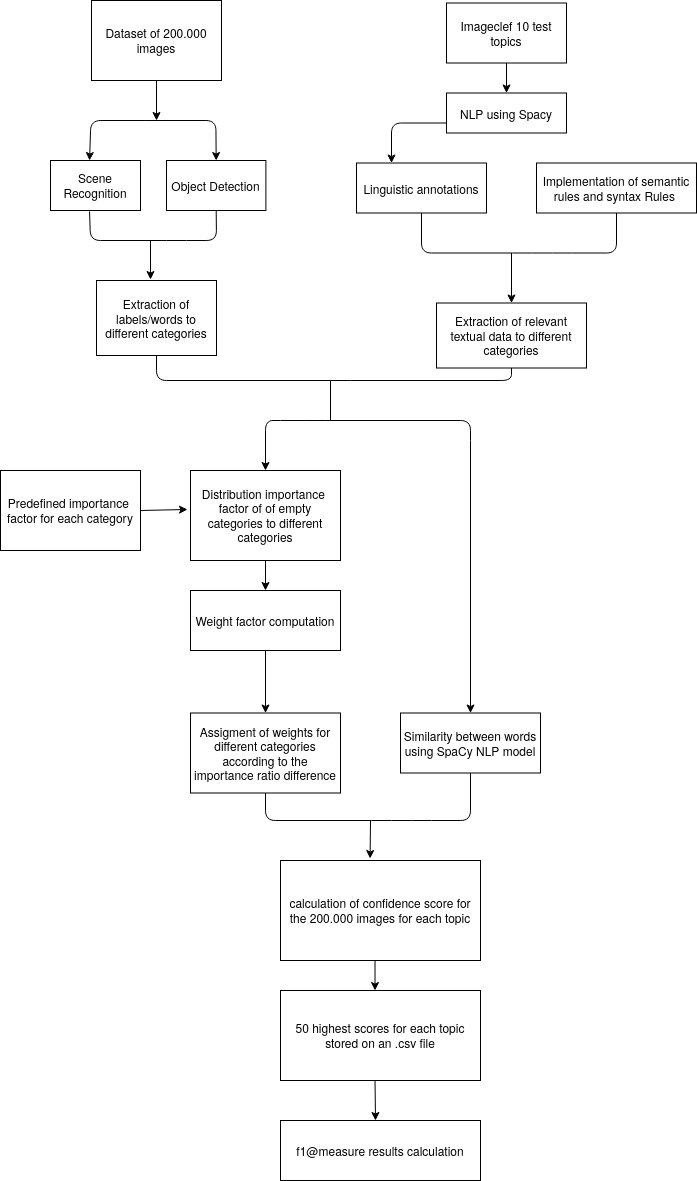
The draw.io diagram thesis_latex/Sections/6textprocessing/images/diagram.png in MrJules/thesis, before a commit. Source tidied: cells renumbered, new cells last; positions are measured from the earlier drawing's top-left corner, leaving out a move shared by most shapes.
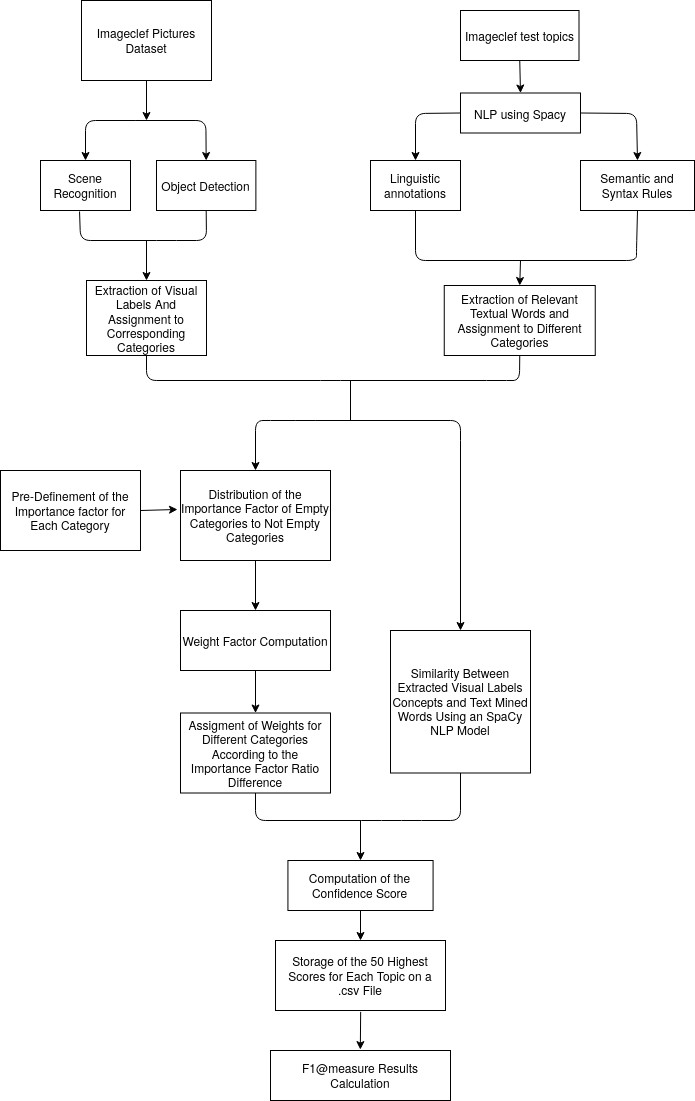
The same diagram one commit later.

The edit, as a diff of the source:
```diff
@@ -2,7 +2,7 @@
   <root>
     <mxCell id="0" />
     <mxCell id="1" parent="0" />
-    <mxCell id="2" value="Dataset of 200.000 images" style="rounded=0;whiteSpace=wrap;html=1;" parent="1" vertex="1">
+    <mxCell id="2" value="Imageclef Pictures Dataset " style="rounded=0;whiteSpace=wrap;html=1;" parent="1" vertex="1">
       <mxGeometry x="91" width="130" height="80" as="geometry" />
     </mxCell>
     <mxCell id="3" value="Scene Recognition" style="rounded=0;whiteSpace=wrap;html=1;" parent="1" vertex="1">
@@ -11,44 +11,44 @@
     <mxCell id="4" value="Object Detection" style="whiteSpace=wrap;html=1;" parent="1" vertex="1">
       <mxGeometry x="166" y="160" width="99.4" height="50" as="geometry" />
     </mxCell>
-    <mxCell id="5" value="Extraction of labels/words to different categories" style="whiteSpace=wrap;html=1;" parent="1" vertex="1">
+    <mxCell id="5" value="Extraction of Visual Labels And Assignment to Corresponding Categories " style="whiteSpace=wrap;html=1;" parent="1" vertex="1">
       <mxGeometry x="96" y="280" width="120" height="75" as="geometry" />
     </mxCell>
-    <mxCell id="6" value="&lt;div&gt;&lt;br&gt;&lt;/div&gt;&lt;div&gt;Imageclef 10 test topics&lt;/div&gt;&lt;div&gt;&lt;br&gt;&lt;/div&gt;" style="whiteSpace=wrap;html=1;" parent="1" vertex="1">
-      <mxGeometry x="446" y="2.5" width="120" height="60" as="geometry" />
+    <mxCell id="6" value="&lt;div&gt;&lt;br&gt;&lt;/div&gt;&lt;div&gt;Imageclef test topics&lt;/div&gt;&lt;div&gt;&lt;br&gt;&lt;/div&gt;" style="whiteSpace=wrap;html=1;" parent="1" vertex="1">
+      <mxGeometry x="470" y="10" width="118.5" height="50" as="geometry" />
     </mxCell>
     <mxCell id="7" value="NLP using Spacy" style="rounded=0;whiteSpace=wrap;html=1;" parent="1" vertex="1">
-      <mxGeometry x="446" y="92.5" width="120" height="40" as="geometry" />
+      <mxGeometry x="470" y="92.5" width="120" height="40" as="geometry" />
     </mxCell>
     <mxCell id="8" value="Linguistic annotations " style="whiteSpace=wrap;html=1;" parent="1" vertex="1">
-      <mxGeometry x="356" y="162.5" width="130" height="50" as="geometry" />
+      <mxGeometry x="380" y="160" width="90" height="50" as="geometry" />
     </mxCell>
-    <mxCell id="9" value="Implementation of semantic rules and syntax Rules&amp;nbsp; " style="whiteSpace=wrap;html=1;" parent="1" vertex="1">
-      <mxGeometry x="536" y="162.5" width="160" height="50" as="geometry" />
+    <mxCell id="9" value="Semantic and Syntax Rules" style="whiteSpace=wrap;html=1;" parent="1" vertex="1">
+      <mxGeometry x="590" y="160" width="114" height="50" as="geometry" />
     </mxCell>
-    <mxCell id="10" value="Similarity between words using SpaCy NLP model" style="whiteSpace=wrap;html=1;" parent="1" vertex="1">
-      <mxGeometry x="400" y="712.5" width="140" height="60" as="geometry" />
+    <mxCell id="10" value="Similarity Between Extracted Visual Labels Concepts and Text Mined Words Using an SpaCy NLP Model" style="whiteSpace=wrap;html=1;" parent="1" vertex="1">
+      <mxGeometry x="400" y="630" width="140" height="142.5" as="geometry" />
     </mxCell>
-    <mxCell id="11" value="Extraction of relevant textual data to different categories" style="whiteSpace=wrap;html=1;" parent="1" vertex="1">
-      <mxGeometry x="436" y="302.5" width="150" height="65" as="geometry" />
+    <mxCell id="11" value="Extraction of Relevant Textual Words and Assignment to Different Categories" style="whiteSpace=wrap;html=1;" parent="1" vertex="1">
+      <mxGeometry x="453.8" y="285" width="151" height="70" as="geometry" />
     </mxCell>
-    <mxCell id="12" value="Assigment of weights for different categories according to the importance ratio difference" style="whiteSpace=wrap;html=1;" parent="1" vertex="1">
+    <mxCell id="12" value="Assigment of Weights for Different Categories According to the Importance Factor Ratio Difference" style="whiteSpace=wrap;html=1;" parent="1" vertex="1">
       <mxGeometry x="190" y="712.5" width="150" height="80" as="geometry" />
     </mxCell>
-    <mxCell id="13" value="&lt;div&gt;calculation of confidence score for the 200.000 images for each topic&lt;br&gt;&lt;/div&gt;" style="whiteSpace=wrap;html=1;" parent="1" vertex="1">
-      <mxGeometry x="280" y="860" width="200" height="100" as="geometry" />
+    <mxCell id="13" value="&lt;div&gt;Computation of the Confidence Score &lt;br&gt;&lt;/div&gt;" style="whiteSpace=wrap;html=1;" parent="1" vertex="1">
+      <mxGeometry x="297.4" y="860" width="145.2" height="50" as="geometry" />
     </mxCell>
-    <mxCell id="14" value="Predefined importance&amp;nbsp; factor for each category " style="whiteSpace=wrap;html=1;" parent="1" vertex="1">
-      <mxGeometry y="470" width="140" height="80" as="geometry" />
+    <mxCell id="14" value="Pre-Definement of the Importance factor for Each Category " style="whiteSpace=wrap;html=1;" parent="1" vertex="1">
+      <mxGeometry x="10" y="470" width="140" height="80" as="geometry" />
     </mxCell>
-    <mxCell id="15" value="Weight factor computation" style="whiteSpace=wrap;html=1;" parent="1" vertex="1">
-      <mxGeometry x="190" y="590" width="150" height="60" as="geometry" />
+    <mxCell id="15" value="Weight Factor Computation" style="whiteSpace=wrap;html=1;" parent="1" vertex="1">
+      <mxGeometry x="190" y="610" width="150" height="60" as="geometry" />
     </mxCell>
-    <mxCell id="16" value="Distribution importance&amp;nbsp; factor of of empty categories to different categories" style="whiteSpace=wrap;html=1;" parent="1" vertex="1">
+    <mxCell id="16" value="Distribution of the Importance Factor of Empty Categories to Not Empty Categories" style="whiteSpace=wrap;html=1;" parent="1" vertex="1">
       <mxGeometry x="190" y="470" width="150" height="90" as="geometry" />
     </mxCell>
-    <mxCell id="17" value="50 highest scores for each topic stored on an .csv file" style="whiteSpace=wrap;html=1;" parent="1" vertex="1">
-      <mxGeometry x="280" y="990" width="200" height="90" as="geometry" />
+    <mxCell id="17" value="Storage of the 50 Highest Scores for Each Topic on a .csv File" style="whiteSpace=wrap;html=1;" parent="1" vertex="1">
+      <mxGeometry x="285" y="940" width="170" height="70" as="geometry" />
     </mxCell>
     <mxCell id="18" style="endArrow=classic;html=1;entryX=0.5;entryY=0;entryDx=0;entryDy=0;" parent="1" edge="1" target="4">
       <mxGeometry relative="1" as="geometry">
@@ -58,11 +58,11 @@
         </Array>
       </mxGeometry>
     </mxCell>
-    <mxCell id="19" style="endArrow=classic;html=1;entryX=0.434;entryY=0;entryDx=0;entryDy=0;entryPerimeter=0;" parent="1" edge="1" target="3">
+    <mxCell id="19" style="endArrow=classic;html=1;entryX=0.5;entryY=0;entryDx=0;entryDy=0;" parent="1" edge="1" target="3">
       <mxGeometry relative="1" as="geometry">
         <mxPoint x="145.4" y="120" as="sourcePoint" />
         <Array as="points">
-          <mxPoint x="90.4" y="120" />
+          <mxPoint x="95" y="120" />
         </Array>
       </mxGeometry>
     </mxCell>
@@ -80,36 +80,26 @@
         </Array>
       </mxGeometry>
     </mxCell>
-    <mxCell id="22" style="endArrow=classic;html=1;entryX=0.45;entryY=-0.013;entryDx=0;entryDy=0;entryPerimeter=0;" parent="1" edge="1" target="5">
+    <mxCell id="22" style="endArrow=classic;html=1;entryX=0.5;entryY=0;entryDx=0;entryDy=0;" parent="1" edge="1" target="5">
       <mxGeometry relative="1" as="geometry">
-        <mxPoint x="150" y="240" as="sourcePoint" />
+        <mxPoint x="156" y="240" as="sourcePoint" />
       </mxGeometry>
     </mxCell>
     <mxCell id="23" style="endArrow=classic;html=1;exitX=0.5;exitY=1;exitDx=0;exitDy=0;entryX=0.5;entryY=0;entryDx=0;entryDy=0;" parent="1" edge="1" source="6" target="7">
       <mxGeometry relative="1" as="geometry" />
     </mxCell>
-    <mxCell id="24" style="endArrow=classic;html=1;entryX=0.5;entryY=0;entryDx=0;entryDy=0;" parent="1" edge="1">
-      <mxGeometry relative="1" as="geometry">
-        <mxPoint x="446" y="122.5" as="sourcePoint" />
-        <mxPoint x="391" y="162.5" as="targetPoint" />
-        <Array as="points">
-          <mxPoint x="391" y="122.5" />
-        </Array>
-      </mxGeometry>
-    </mxCell>
-    <mxCell id="25" style="endArrow=none;html=1;exitX=0.5;exitY=1;exitDx=0;exitDy=0;entryX=0.5;entryY=1;entryDx=0;entryDy=0;" parent="1" edge="1" source="8" target="9">
+    <mxCell id="25" style="endArrow=none;html=1;entryX=0.5;entryY=1;entryDx=0;entryDy=0;exitX=0.5;exitY=1;exitDx=0;exitDy=0;" parent="1" edge="1" source="8" target="9">
       <mxGeometry relative="1" as="geometry">
         <Array as="points">
-          <mxPoint x="421" y="252.5" />
-          <mxPoint x="522" y="252.5" />
-          <mxPoint x="562" y="252.5" />
-          <mxPoint x="616" y="252.5" />
+          <mxPoint x="425" y="260" />
+          <mxPoint x="646" y="260" />
+          <mxPoint x="646" y="250" />
         </Array>
       </mxGeometry>
     </mxCell>
     <mxCell id="26" style="endArrow=classic;html=1;entryX=0.5;entryY=0;entryDx=0;entryDy=0;" parent="1" edge="1" target="11">
       <mxGeometry relative="1" as="geometry">
-        <mxPoint x="511" y="252.5" as="sourcePoint" />
+        <mxPoint x="530" y="260" as="sourcePoint" />
       </mxGeometry>
     </mxCell>
     <mxCell id="27" style="endArrow=none;html=1;exitX=0.5;exitY=1;exitDx=0;exitDy=0;entryX=0.5;entryY=1;entryDx=0;entryDy=0;" parent="1" edge="1" source="5" target="11">
@@ -117,20 +107,21 @@
         <Array as="points">
           <mxPoint x="156" y="380" />
           <mxPoint x="340" y="380" />
-          <mxPoint x="511" y="380" />
+          <mxPoint x="506" y="380" />
+          <mxPoint x="529" y="380" />
         </Array>
       </mxGeometry>
     </mxCell>
     <mxCell id="28" style="endArrow=classic;html=1;entryX=-0.02;entryY=0.433;entryDx=0;entryDy=0;entryPerimeter=0;exitX=1;exitY=0.5;exitDx=0;exitDy=0;" parent="1" edge="1" source="14" target="16">
       <mxGeometry relative="1" as="geometry" />
     </mxCell>
-    <mxCell id="29" value="f1@measure results calculation" style="whiteSpace=wrap;html=1;" parent="1" vertex="1">
-      <mxGeometry x="280" y="1120" width="200" height="60" as="geometry" />
+    <mxCell id="29" value="F1@measure Results Calculation" style="whiteSpace=wrap;html=1;" parent="1" vertex="1">
+      <mxGeometry x="280" y="1050" width="180" height="50" as="geometry" />
     </mxCell>
     <mxCell id="30" style="endArrow=none;html=1;" parent="1" edge="1">
       <mxGeometry relative="1" as="geometry">
-        <mxPoint x="330" y="420" as="sourcePoint" />
-        <mxPoint x="330" y="380" as="targetPoint" />
+        <mxPoint x="360" y="420" as="sourcePoint" />
+        <mxPoint x="360" y="380" as="targetPoint" />
       </mxGeometry>
     </mxCell>
     <mxCell id="31" style="endArrow=none;html=1;" parent="1" edge="1">
@@ -158,22 +149,16 @@
         </Array>
       </mxGeometry>
     </mxCell>
-    <mxCell id="34" style="endArrow=classic;html=1;entryX=0.448;entryY=-0.02;entryDx=0;entryDy=0;entryPerimeter=0;" parent="1" edge="1" target="13">
+    <mxCell id="34" style="endArrow=classic;html=1;entryX=0.5;entryY=0;entryDx=0;entryDy=0;" parent="1" edge="1" target="13">
       <mxGeometry relative="1" as="geometry">
         <mxPoint x="370" y="820" as="sourcePoint" />
       </mxGeometry>
     </mxCell>
-    <mxCell id="35" style="endArrow=classic;html=1;" parent="1" edge="1">
-      <mxGeometry relative="1" as="geometry">
-        <mxPoint x="374.5" y="960" as="sourcePoint" />
-        <mxPoint x="374.5" y="990" as="targetPoint" />
-      </mxGeometry>
+    <mxCell id="35" style="endArrow=classic;html=1;exitX=0.5;exitY=1;exitDx=0;exitDy=0;entryX=0.5;entryY=0;entryDx=0;entryDy=0;" parent="1" edge="1" source="13" target="17">
+      <mxGeometry relative="1" as="geometry" />
     </mxCell>
-    <mxCell id="36" style="endArrow=classic;html=1;" parent="1" edge="1">
-      <mxGeometry relative="1" as="geometry">
-        <mxPoint x="374.5" y="1080" as="sourcePoint" />
-        <mxPoint x="375" y="1120" as="targetPoint" />
-      </mxGeometry>
+    <mxCell id="36" style="endArrow=classic;html=1;exitX=0.501;exitY=1.019;exitDx=0;exitDy=0;exitPerimeter=0;entryX=0.499;entryY=-0.018;entryDx=0;entryDy=0;entryPerimeter=0;" parent="1" edge="1" source="17" target="29">
+      <mxGeometry relative="1" as="geometry" />
     </mxCell>
     <mxCell id="37" style="endArrow=classic;html=1;entryX=0.5;entryY=0;entryDx=0;entryDy=0;" parent="1" edge="1" target="16">
       <mxGeometry relative="1" as="geometry">
@@ -189,5 +174,19 @@
     <mxCell id="39" style="endArrow=classic;html=1;exitX=0.5;exitY=1;exitDx=0;exitDy=0;entryX=0.5;entryY=0;entryDx=0;entryDy=0;" parent="1" edge="1" source="15" target="12">
       <mxGeometry relative="1" as="geometry" />
     </mxCell>
+    <mxCell id="40" style="endArrow=classic;html=1;exitX=1;exitY=0.5;exitDx=0;exitDy=0;entryX=0.5;entryY=0;entryDx=0;entryDy=0;" parent="1" edge="1" source="7" target="9">
+      <mxGeometry relative="1" as="geometry">
+        <Array as="points">
+          <mxPoint x="646" y="113" />
+        </Array>
+      </mxGeometry>
+    </mxCell>
+    <mxCell id="41" style="endArrow=classic;html=1;exitX=0;exitY=0.5;exitDx=0;exitDy=0;entryX=0.5;entryY=0;entryDx=0;entryDy=0;" parent="1" edge="1" source="7" target="8">
+      <mxGeometry relative="1" as="geometry">
+        <Array as="points">
+          <mxPoint x="425" y="113" />
+        </Array>
+      </mxGeometry>
+    </mxCell>
   </root>
 </mxGraphModel>
```
